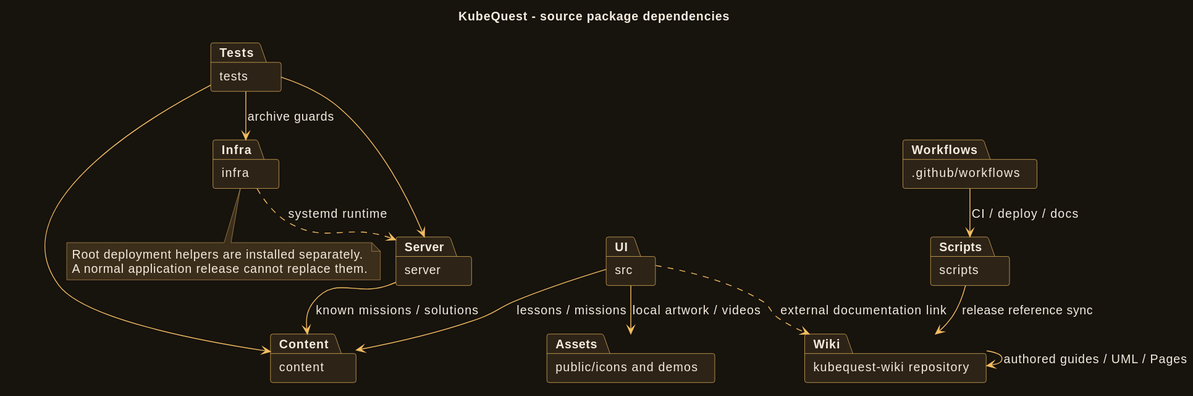
Above: diagrams/package.svg in ramideltoro/kubequest-wiki (PlantUML), before the change. Its source is kept beside it as diagrams/package.puml.
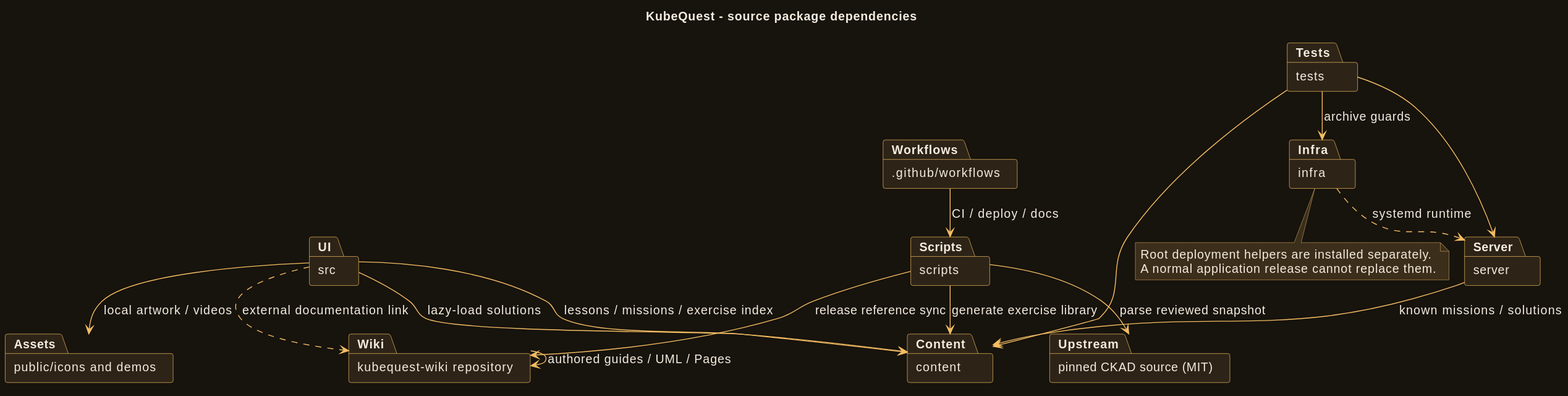
The same diagram one commit later.

Commit message:
Document community CKAD exercise library and provenance

The edit, as a diff of the source:
```diff
@@ -78,7 +78,11 @@
 package scripts as Scripts
 package tests as Tests
 package ".github/workflows" as Workflows
-UI --> Content : lessons / missions
+UI --> Content : lessons / missions / exercise index
+package "pinned CKAD source (MIT)" as Upstream
+Scripts --> Upstream : parse reviewed snapshot
+Scripts --> Content : generate exercise library
+UI --> Content : lazy-load solutions
 UI ..> Wiki : external documentation link
 UI --> Assets : local artwork / videos
 Server --> Content : known missions / solutions
```
